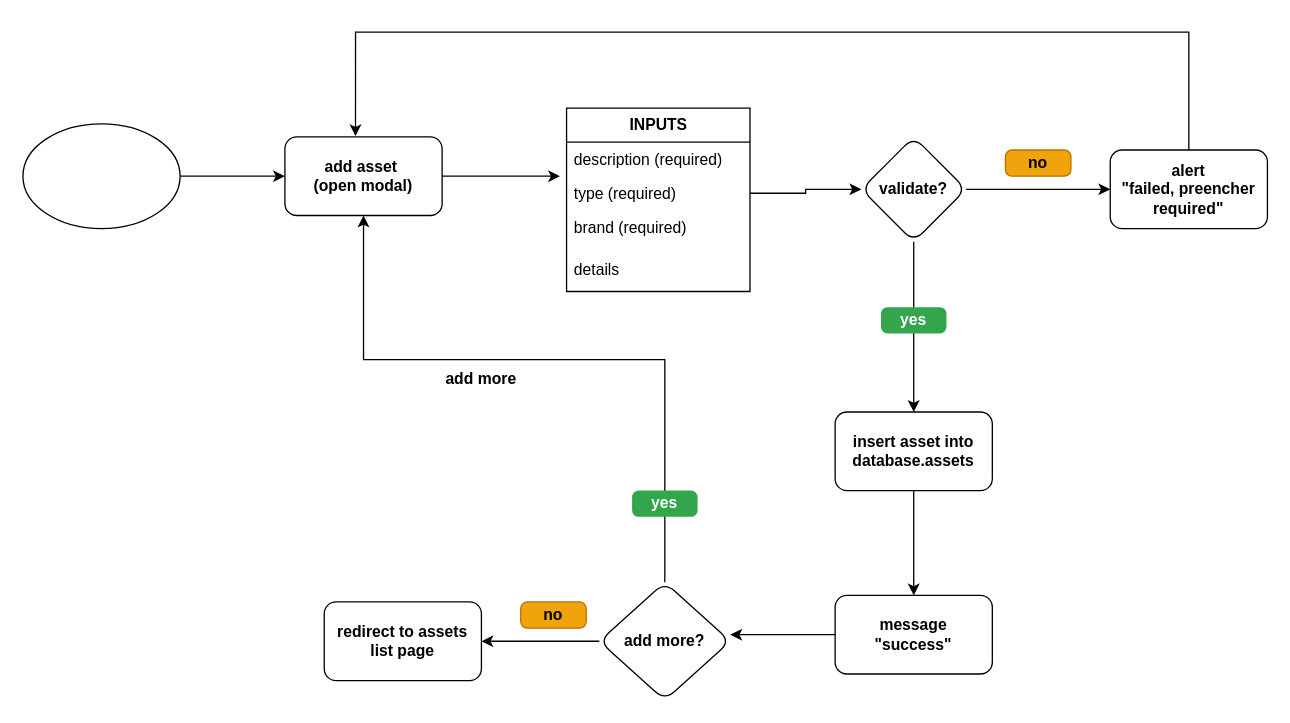
This is diagrams/cadastro-ativos.drawio from matheus98g/controle-de-ativos-senac, a draw.io file, before an edit. Source tidied: cells renumbered, new cells numbered last; positions are measured from the earlier drawing's top-left corner, leaving out a move shared by most shapes. Both pictures are drawn from the tidied source at 131%, with x=0, y=0 at pixel (22, 31).
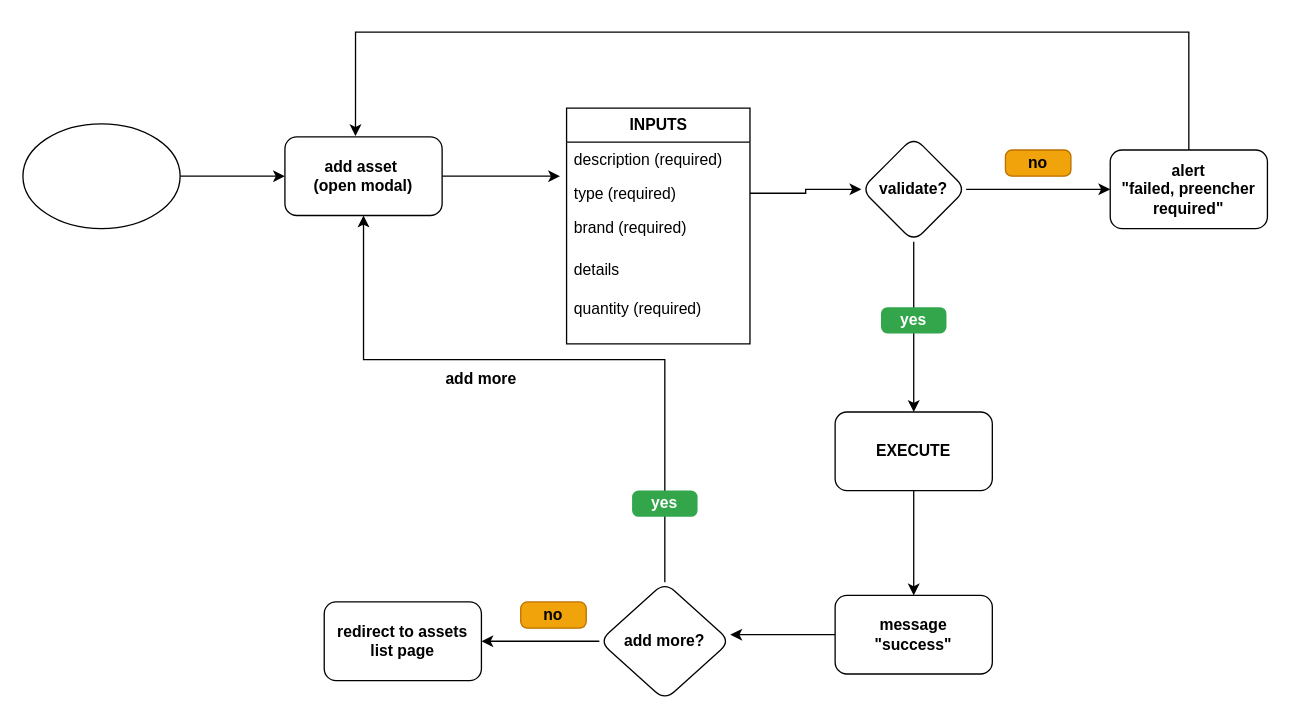
Above is the later version.

Commit message (it also covers changes not shown here):
asset-history created

Change to the diagram source:
```diff
@@
     <mxCell id="4" value="INPUTS" style="swimlane;fontStyle=1;horizontal=1;startSize=26;fillColor=none;html=1;" parent="1" vertex="1">
-      <mxGeometry x="415" y="58" width="140" height="140" as="geometry" />
+      <mxGeometry x="415" y="58" width="140" height="180" as="geometry" />
     </mxCell>
@@
     <mxCell id="8" value="details" style="text;strokeColor=none;fillColor=none;align=left;verticalAlign=top;spacingLeft=4;spacingRight=4;overflow=hidden;whiteSpace=wrap;html=1;" parent="4" vertex="1">
-      <mxGeometry y="110" width="140" height="30" as="geometry" />
+      <mxGeometry y="110" width="140" height="70" as="geometry" />
     </mxCell>
@@
-    <mxCell id="19" value="insert asset into&lt;br&gt;database.assets" style="whiteSpace=wrap;html=1;rounded=1;fontStyle=1;" parent="1" vertex="1">
+    <mxCell id="19" value="EXECUTE" style="whiteSpace=wrap;html=1;rounded=1;fontStyle=1;" parent="1" vertex="1">
       <mxGeometry x="620" y="290" width="120" height="60" as="geometry" />
     </mxCell>
@@
+    <mxCell id="30" value="quantity (required)" style="text;strokeColor=none;fillColor=none;align=left;verticalAlign=top;spacingLeft=4;spacingRight=4;overflow=hidden;whiteSpace=wrap;html=1;" parent="1" vertex="1">
+      <mxGeometry x="415" y="198" width="140" height="30" as="geometry" />
+    </mxCell>
```
